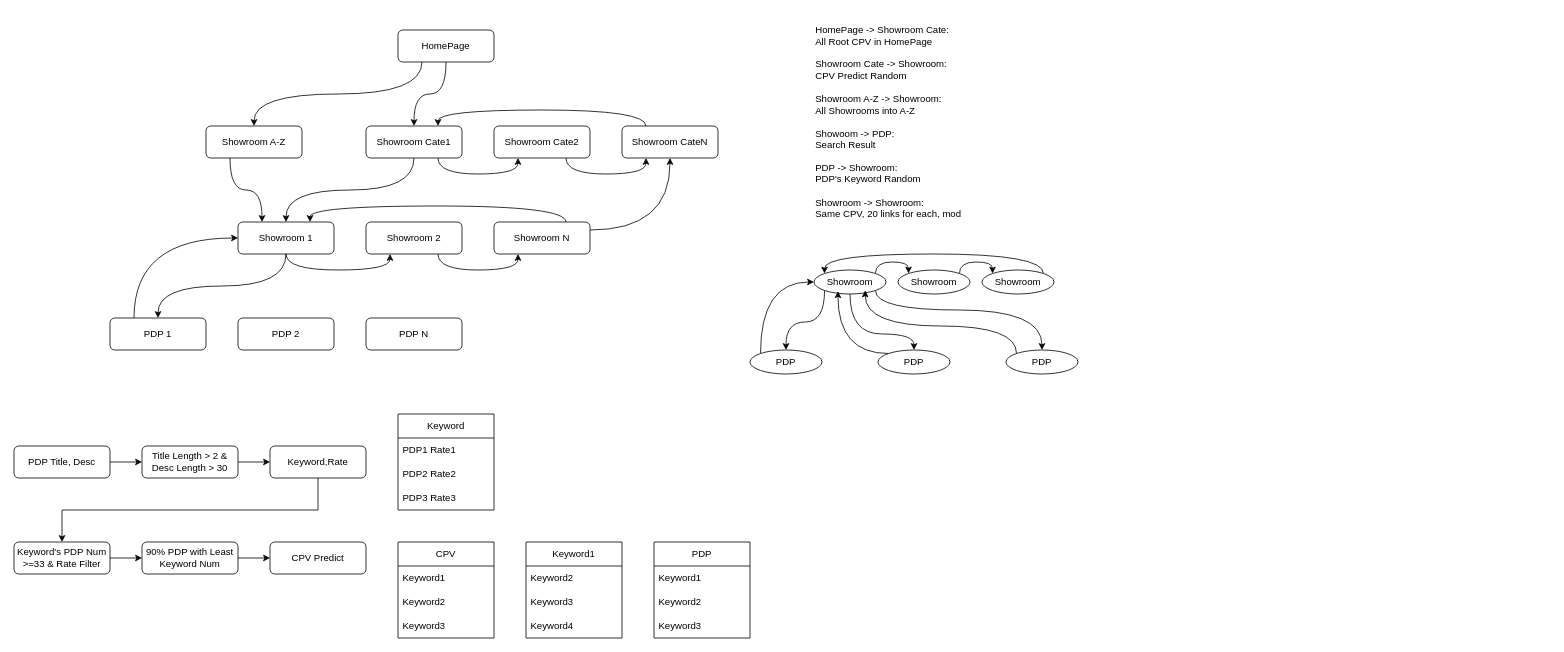
The draw.io diagram drawio/showroom_structure.drawio in VisableHarry/seo-drawio, before the edit. Source tidied: cells renumbered, new cells numbered last; positions are measured from the earlier drawing's top-left corner, leaving out a move shared by most shapes. Both pictures are drawn from the tidied source at 80%, with x=0, y=0 at pixel (14, 14).
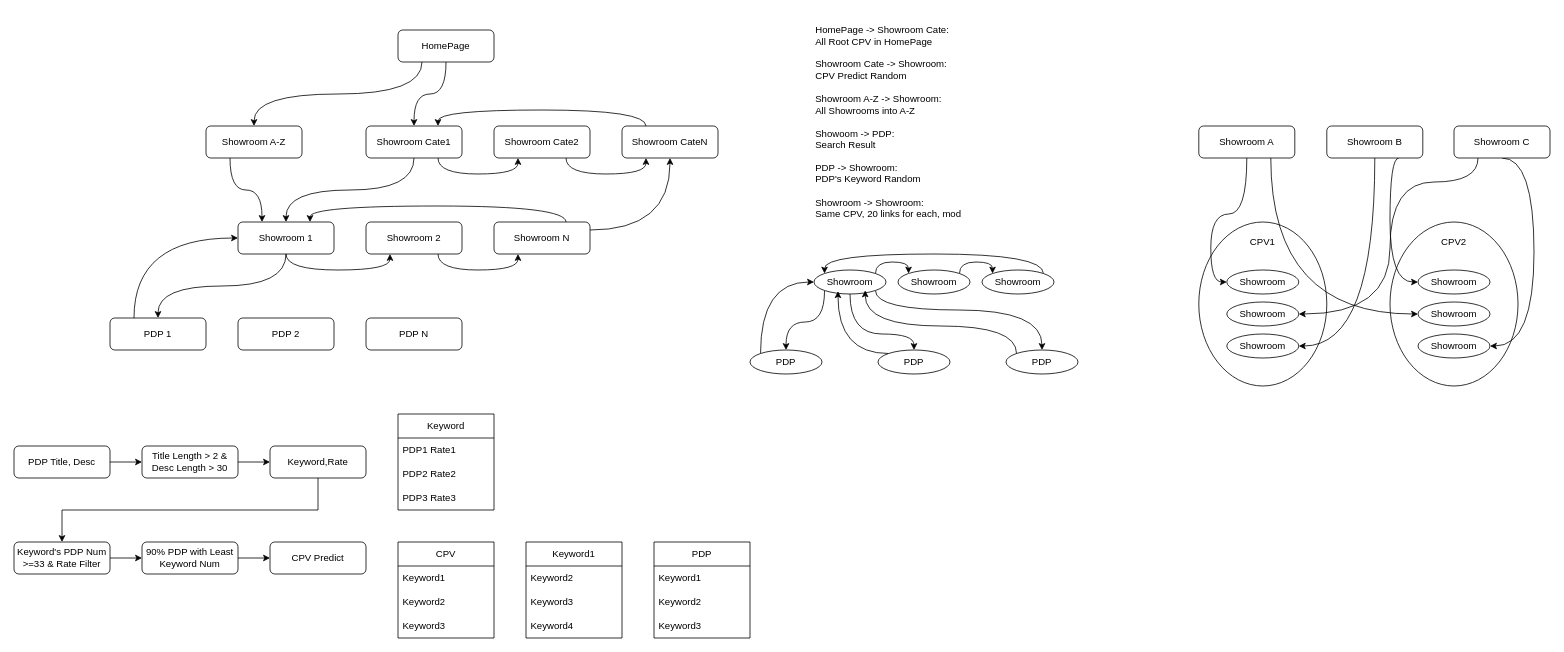
Above is the later version.

Diff of the diagram source:
```diff
@@
+    <mxCell id="69" style="group;" parent="1" vertex="1">
+      <mxGeometry x="1720" y="260" width="160" height="205" as="geometry" />
+    </mxCell>
+    <mxCell id="70" style="ellipse;whiteSpace=wrap;html=1;" parent="69" vertex="1">
+      <mxGeometry width="160" height="205" as="geometry" />
+    </mxCell>
+    <mxCell id="71" value="Showroom" style="ellipse;whiteSpace=wrap;html=1;" parent="69" vertex="1">
+      <mxGeometry x="35" y="60" width="90" height="30" as="geometry" />
+    </mxCell>
+    <mxCell id="72" value="Showroom" style="ellipse;whiteSpace=wrap;html=1;" parent="69" vertex="1">
+      <mxGeometry x="35" y="100" width="90" height="30" as="geometry" />
+    </mxCell>
+    <mxCell id="73" value="Showroom" style="ellipse;whiteSpace=wrap;html=1;" parent="69" vertex="1">
+      <mxGeometry x="35" y="140" width="90" height="30" as="geometry" />
+    </mxCell>
+    <mxCell id="74" value="CPV2" style="text;html=1;align=center;verticalAlign=middle;whiteSpace=wrap;rounded=0;" parent="69" vertex="1">
+      <mxGeometry x="50" y="10" width="60" height="30" as="geometry" />
+    </mxCell>
+    <mxCell id="75" style="group;" parent="1" vertex="1">
+      <mxGeometry x="1481" y="260" width="160" height="205" as="geometry" />
+    </mxCell>
+    <mxCell id="76" style="ellipse;whiteSpace=wrap;html=1;" parent="75" vertex="1">
+      <mxGeometry width="160" height="205" as="geometry" />
+    </mxCell>
+    <mxCell id="77" value="Showroom" style="ellipse;whiteSpace=wrap;html=1;" parent="75" vertex="1">
+      <mxGeometry x="35" y="60" width="90" height="30" as="geometry" />
+    </mxCell>
+    <mxCell id="78" value="Showroom" style="ellipse;whiteSpace=wrap;html=1;" parent="75" vertex="1">
+      <mxGeometry x="35" y="100" width="90" height="30" as="geometry" />
+    </mxCell>
+    <mxCell id="79" value="Showroom" style="ellipse;whiteSpace=wrap;html=1;" parent="75" vertex="1">
+      <mxGeometry x="35" y="140" width="90" height="30" as="geometry" />
+    </mxCell>
+    <mxCell id="80" value="CPV1" style="text;html=1;align=center;verticalAlign=middle;whiteSpace=wrap;rounded=0;" parent="75" vertex="1">
+      <mxGeometry x="50" y="10" width="60" height="30" as="geometry" />
+    </mxCell>
@@
+    <mxCell id="81" style="edgeStyle=orthogonalEdgeStyle;rounded=0;jettySize=auto;html=1;exitX=0.5;exitY=1;exitDx=0;exitDy=0;entryX=0;entryY=0.5;entryDx=0;entryDy=0;curved=1;" parent="1" edge="1" source="83" target="77">
+      <mxGeometry relative="1" as="geometry" />
+    </mxCell>
+    <mxCell id="82" style="edgeStyle=orthogonalEdgeStyle;rounded=0;jettySize=auto;html=1;exitX=0.75;exitY=1;exitDx=0;exitDy=0;entryX=0;entryY=0.5;entryDx=0;entryDy=0;curved=1;" parent="1" edge="1" source="83" target="72">
+      <mxGeometry relative="1" as="geometry" />
+    </mxCell>
+    <mxCell id="83" value="Showroom A" style="rounded=1;whiteSpace=wrap;html=1;" parent="1" vertex="1">
+      <mxGeometry x="1481" y="140" width="120" height="40" as="geometry" />
+    </mxCell>
+    <mxCell id="84" style="edgeStyle=orthogonalEdgeStyle;rounded=0;jettySize=auto;html=1;exitX=0.5;exitY=1;exitDx=0;exitDy=0;entryX=1;entryY=0.5;entryDx=0;entryDy=0;curved=1;" parent="1" edge="1" source="86" target="79">
+      <mxGeometry relative="1" as="geometry" />
+    </mxCell>
+    <mxCell id="85" style="edgeStyle=orthogonalEdgeStyle;rounded=0;jettySize=auto;html=1;exitX=0.75;exitY=1;exitDx=0;exitDy=0;entryX=0;entryY=0.5;entryDx=0;entryDy=0;curved=1;" parent="1" edge="1" source="86" target="71">
+      <mxGeometry relative="1" as="geometry">
+        <Array as="points">
+          <mxPoint x="1720" y="180" />
+          <mxPoint x="1720" y="335" />
+        </Array>
+      </mxGeometry>
+    </mxCell>
+    <mxCell id="86" value="Showroom B" style="rounded=1;whiteSpace=wrap;html=1;" parent="1" vertex="1">
+      <mxGeometry x="1641" y="140" width="120" height="40" as="geometry" />
+    </mxCell>
+    <mxCell id="87" style="edgeStyle=orthogonalEdgeStyle;rounded=0;jettySize=auto;html=1;exitX=0.25;exitY=1;exitDx=0;exitDy=0;entryX=1;entryY=0.5;entryDx=0;entryDy=0;curved=1;" parent="1" edge="1" source="89" target="78">
+      <mxGeometry relative="1" as="geometry">
+        <Array as="points">
+          <mxPoint x="1830" y="210" />
+          <mxPoint x="1720" y="210" />
+          <mxPoint x="1720" y="375" />
+        </Array>
+      </mxGeometry>
+    </mxCell>
+    <mxCell id="88" style="edgeStyle=orthogonalEdgeStyle;rounded=0;jettySize=auto;html=1;exitX=0.5;exitY=1;exitDx=0;exitDy=0;entryX=1;entryY=0.5;entryDx=0;entryDy=0;curved=1;" parent="1" edge="1" source="89" target="73">
+      <mxGeometry relative="1" as="geometry">
+        <Array as="points">
+          <mxPoint x="1900" y="180" />
+          <mxPoint x="1900" y="415" />
+        </Array>
+      </mxGeometry>
+    </mxCell>
+    <mxCell id="89" value="Showroom C" style="rounded=1;whiteSpace=wrap;html=1;" parent="1" vertex="1">
+      <mxGeometry x="1800" y="140" width="120" height="40" as="geometry" />
+    </mxCell>
```
